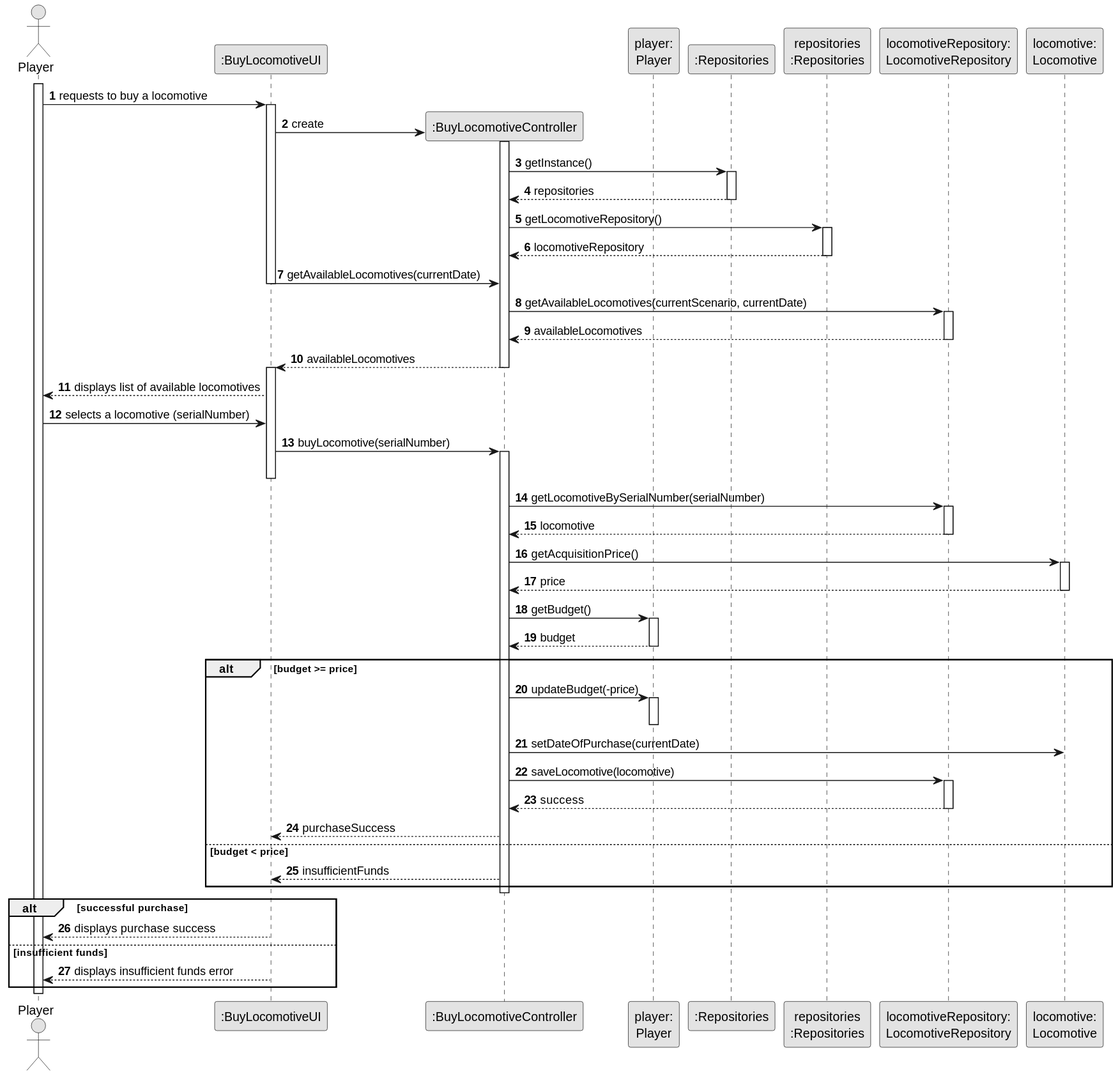
ivasduarte/all-aboard keeps this PlantUML diagram as docs/sprint2/us009/03.design/svg/us009-sequence-diagram-full.svg. Above is the earlier version.
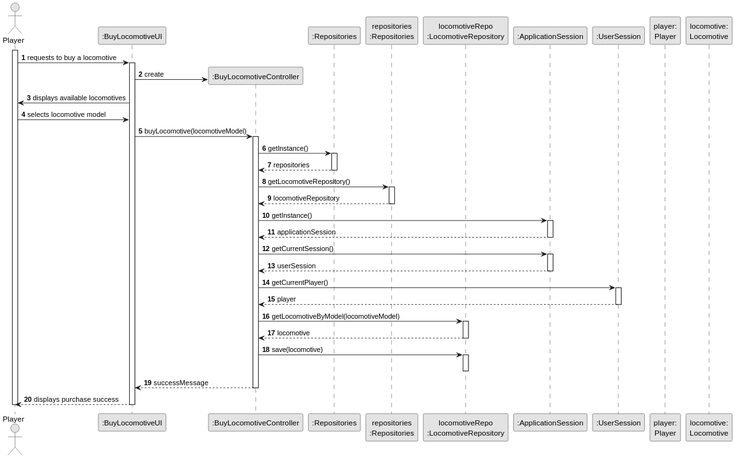
The same file after the commit.

Commit message:
US003/009(docs): updated class diagrams and sequence diagrams according to the code

Diff of the diagram source:
```diff
@@ -8,91 +8,66 @@
 actor "Player" as Player
 participant ":BuyLocomotiveUI" as UI
 participant ":BuyLocomotiveController" as CTRL
+participant ":Repositories" as reps
+participant "repositories\n:Repositories" as PLAT
+participant "locomotiveRepo\n:LocomotiveRepository" as LocomotiveRepo
+participant ":ApplicationSession" as AppSession
+participant ":UserSession" as UserSession
 participant "player:\nPlayer" as PlayerObj
-participant ":Repositories" as RepositorySingleton
-participant "repositories\n:Repositories" as PLAT
-participant "locomotiveRepository:\nLocomotiveRepository" as LocomotiveRepo
 participant "locomotive:\nLocomotive" as Locomotive
 
 activate Player
 
-    Player -> UI : requests to buy a locomotive
-    activate UI
+Player -> UI : requests to buy a locomotive
 
-        UI -> CTRL** : create
+activate UI
+UI -> CTRL** : create
 
+UI -> Player : displays available locomotives
+Player -> UI : selects locomotive model
+UI -> CTRL : buyLocomotive(locomotiveModel)
 
-        activate CTRL
+activate CTRL
 
+CTRL -> reps : getInstance()
+activate reps
+reps --> CTRL : repositories
+deactivate reps
 
+CTRL -> PLAT : getLocomotiveRepository()
+activate PLAT
+PLAT --> CTRL : locomotiveRepository
+deactivate PLAT
 
-          CTRL -> RepositorySingleton : getInstance()
-            activate RepositorySingleton
-                RepositorySingleton --> CTRL : repositories
-            deactivate RepositorySingleton
+CTRL -> AppSession : getInstance()
+activate AppSession
+AppSession --> CTRL : applicationSession
+deactivate AppSession
 
-            CTRL -> PLAT : getLocomotiveRepository()
-            activate PLAT
-                PLAT --> CTRL : locomotiveRepository
-            deactivate PLAT
-UI -> CTRL : getAvailableLocomotives(currentDate)
-            deactivate UI
-            CTRL -> LocomotiveRepo : getAvailableLocomotives(currentScenario, currentDate)
-            activate LocomotiveRepo
-                LocomotiveRepo --> CTRL : availableLocomotives
-            deactivate LocomotiveRepo
+CTRL -> AppSession : getCurrentSession()
+activate AppSession
+AppSession --> CTRL : userSession
+deactivate AppSession
 
-            CTRL --> UI : availableLocomotives
-        deactivate CTRL
-        activate UI
-        UI --> Player : displays list of available locomotives
+CTRL -> UserSession : getCurrentPlayer()
+activate UserSession
+UserSession --> CTRL : player
+deactivate UserSession
 
-        Player -> UI : selects a locomotive (serialNumber)
+CTRL -> LocomotiveRepo : getLocomotiveByModel(locomotiveModel)
+activate LocomotiveRepo
+LocomotiveRepo --> CTRL : locomotive
+deactivate LocomotiveRepo
 
-        UI -> CTRL : buyLocomotive(serialNumber)
-        activate CTRL
-            deactivate UI
-            CTRL -> LocomotiveRepo : getLocomotiveBySerialNumber(serialNumber)
-            activate LocomotiveRepo
-                LocomotiveRepo --> CTRL : locomotive
-            deactivate LocomotiveRepo
+CTRL -> LocomotiveRepo : save(locomotive)
+activate LocomotiveRepo
+deactivate LocomotiveRepo
 
-            CTRL -> Locomotive : getAcquisitionPrice()
-            activate Locomotive
-                Locomotive --> CTRL : price
-            deactivate Locomotive
+CTRL --> UI : successMessage
+deactivate CTRL
 
-            CTRL -> PlayerObj : getBudget()
-            activate PlayerObj
-                PlayerObj --> CTRL : budget
-            deactivate PlayerObj
-
-            alt budget >= price
-                CTRL -> PlayerObj : updateBudget(-price)
-                activate PlayerObj
-                deactivate PlayerObj
-
-                CTRL -> Locomotive: setDateOfPurchase(currentDate)
-
-                CTRL -> LocomotiveRepo : saveLocomotive(locomotive)
-                activate LocomotiveRepo
-                    LocomotiveRepo --> CTRL : success
-                deactivate LocomotiveRepo
-
-                CTRL --> UI : purchaseSuccess
-            else budget < price
-                CTRL --> UI : insufficientFunds
-            end
-
-        deactivate CTRL
-
-        alt successful purchase
-            UI --> Player : displays purchase success
-        else insufficient funds
-            UI --> Player : displays insufficient funds error
-        end
-
-    deactivate UI
+UI --> Player : displays purchase success
+deactivate UI
 
 deactivate Player
 @enduml
```
